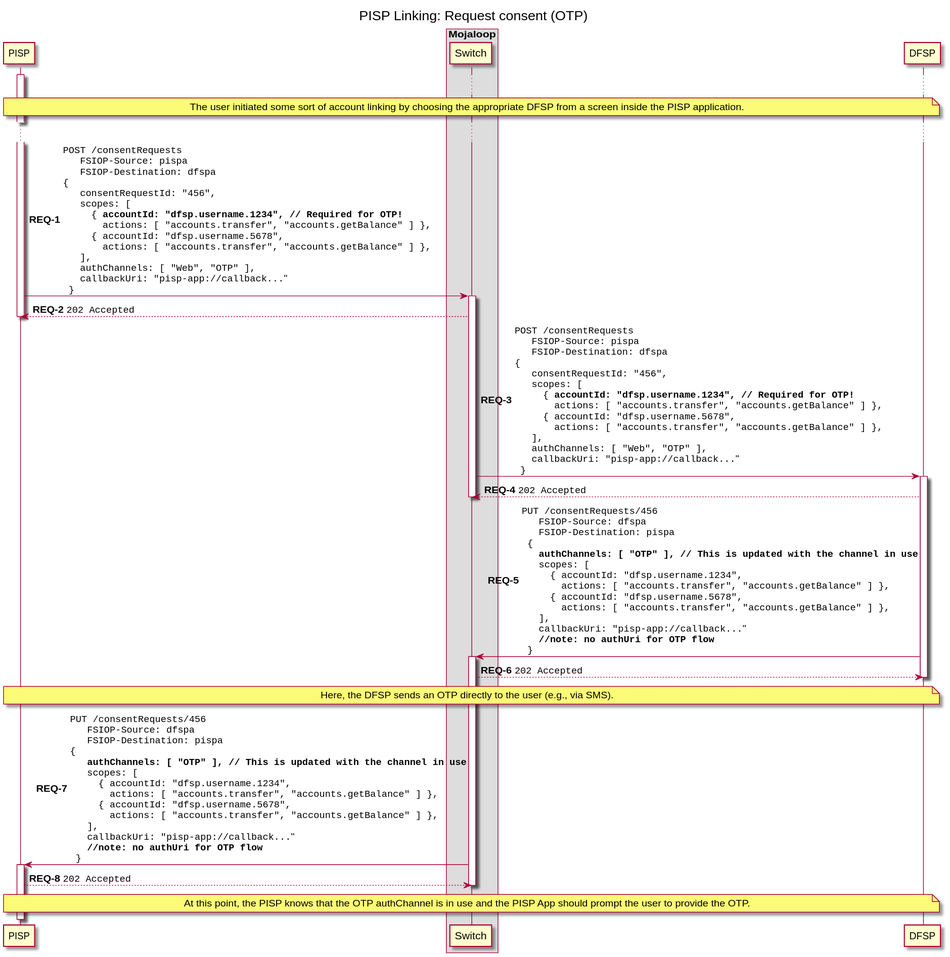
Before: docs/out/linking/2-request-consent-otp.svg, a diagram exported from PlantUML (mojaloop/pisp-project). Its source is kept beside it as docs/linking/2-request-consent-otp.puml.
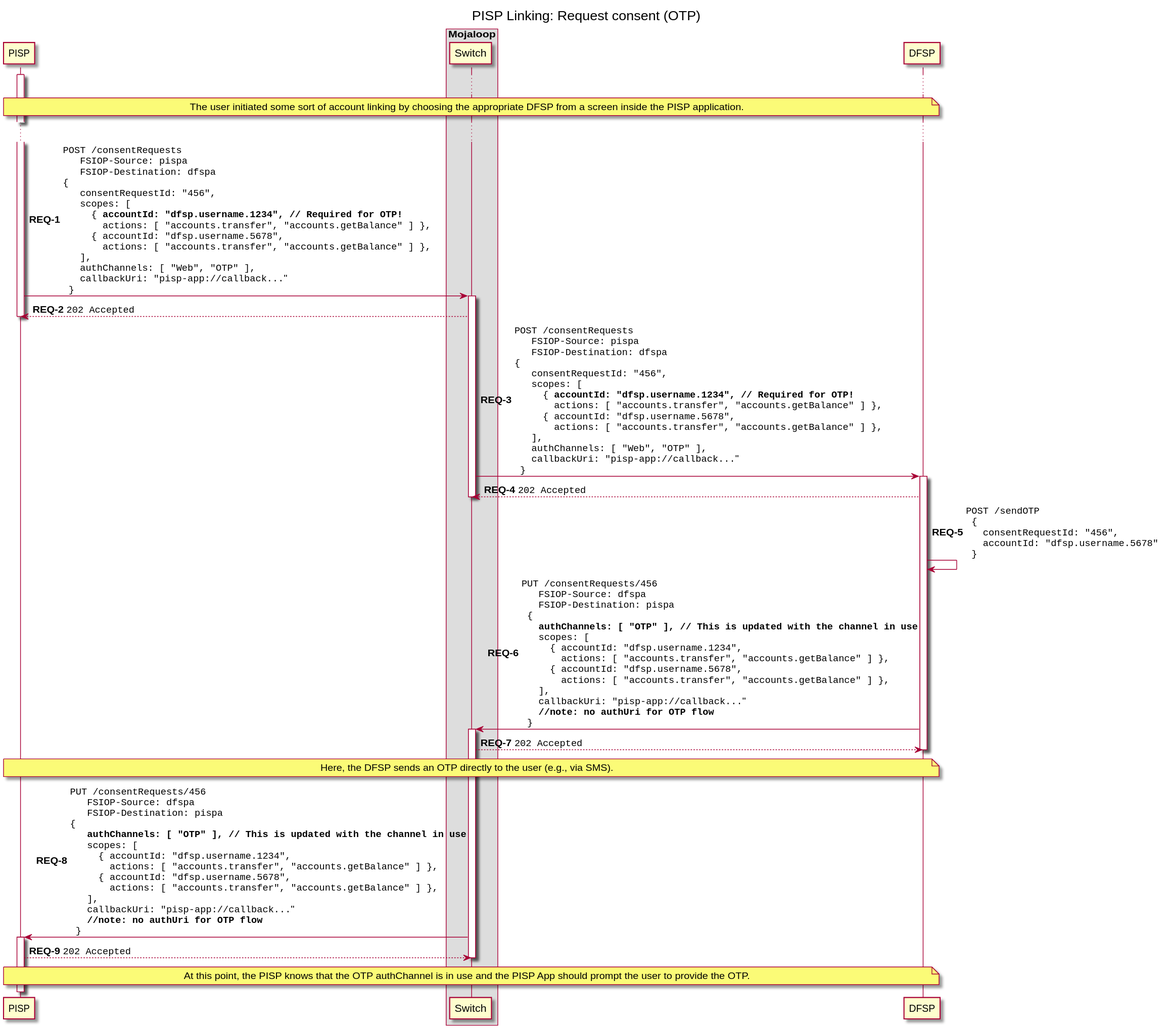
Later version of the same file.

The edit, as a diff of the source:
```diff
@@ -56,6 +56,12 @@
 DFSP --> Switch: ""202 Accepted""
 deactivate Switch
 
+DFSP -> DFSP : ""POST /sendOTP""\n\
+  ""{""\n\
+  ""  consentRequestId: "456",""\n\
+  ""  accountId: "dfsp.username.5678" ""\n\
+  ""}""
+
 DFSP -> Switch ++: ""PUT /consentRequests/456""\n\
   ""  FSIOP-Source: dfspa""\n\
   ""  FSIOP-Destination: pispa""\n\
```
